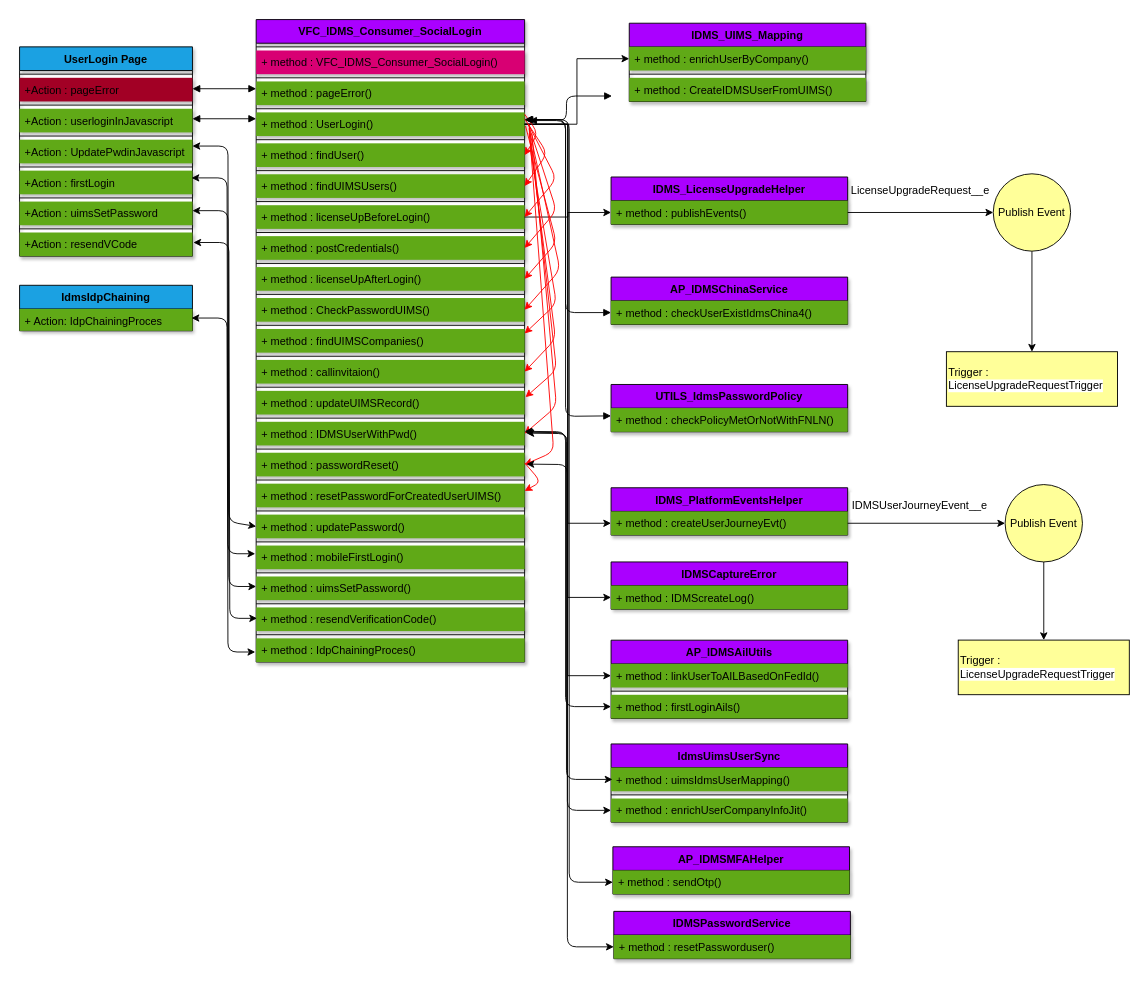
Before: Authentication.drawio in anoopijt/IDMS-Diagrams, a draw.io diagram. Source tidied: cells renumbered, new cells numbered last; positions are measured from the earlier drawing's top-left corner, leaving out a move shared by most shapes. Both pictures are drawn from the tidied source at 91%, with x=0, y=0 at pixel (19, 19).
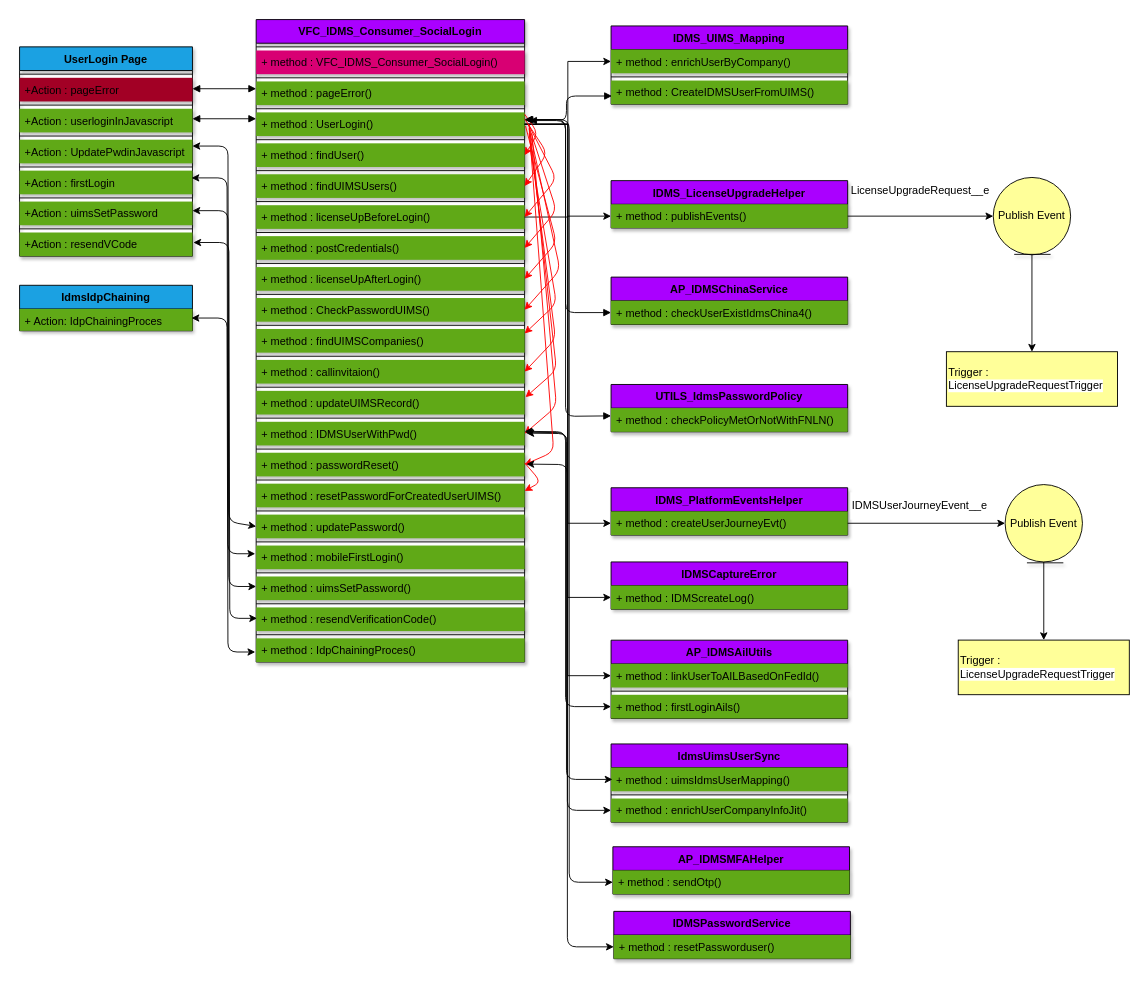
The same diagram, later.

Diff of the diagram source:
```diff
@@
     <mxCell id="3" value="Publish Event&lt;br&gt;" style="ellipse;whiteSpace=wrap;html=1;fillColor=#FFFF99;" parent="1" vertex="1">
-      <mxGeometry x="1070" y="169.5" width="85" height="85" as="geometry" />
+      <mxGeometry x="1070" y="173.5" width="85" height="85" as="geometry" />
     </mxCell>
@@
     <mxCell id="6" value="IDMS_UIMS_Mapping" style="swimlane;fontStyle=1;align=center;verticalAlign=top;horizontal=1;startSize=26;fillColor=#AA00FF;shadow=1;" parent="1" vertex="1">
-      <mxGeometry x="670" y="4" width="260" height="86" as="geometry" />
+      <mxGeometry x="650" y="7" width="260" height="86" as="geometry" />
     </mxCell>
@@
     <mxCell id="64" value="IDMS_LicenseUpgradeHelper" style="swimlane;fontStyle=1;align=center;verticalAlign=top;horizontal=1;startSize=26;fillColor=#AA00FF;shadow=1;" parent="1" vertex="1">
-      <mxGeometry x="650" y="173" width="260" height="52" as="geometry" />
+      <mxGeometry x="650" y="177" width="260" height="52" as="geometry" />
     </mxCell>
@@
+    <mxCell id="126" style="line;strokeWidth=1;fillColor=none;align=left;verticalAlign=middle;spacingTop=-1;spacingLeft=3;spacingRight=3;labelPosition=right;shadow=1;" parent="1" vertex="1">
+      <mxGeometry x="1093" y="254" width="40" height="8" as="geometry" />
+    </mxCell>
+    <mxCell id="127" style="line;strokeWidth=1;fillColor=none;align=left;verticalAlign=middle;spacingTop=-1;spacingLeft=3;spacingRight=3;labelPosition=right;shadow=1;" parent="1" vertex="1">
+      <mxGeometry x="1107" y="593" width="40" height="8" as="geometry" />
+    </mxCell>
```
